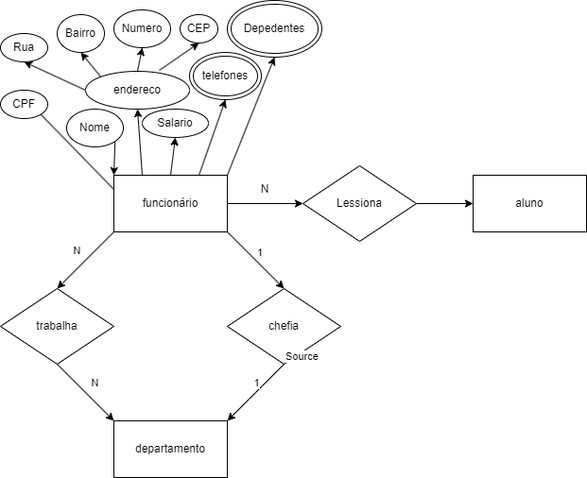
The draw.io diagram Senac.png in MurilohfMota/Diagramas, before a commit. Source tidied: cells renumbered, new cells last; positions are measured from the earlier drawing's top-left corner, leaving out a move shared by most shapes.
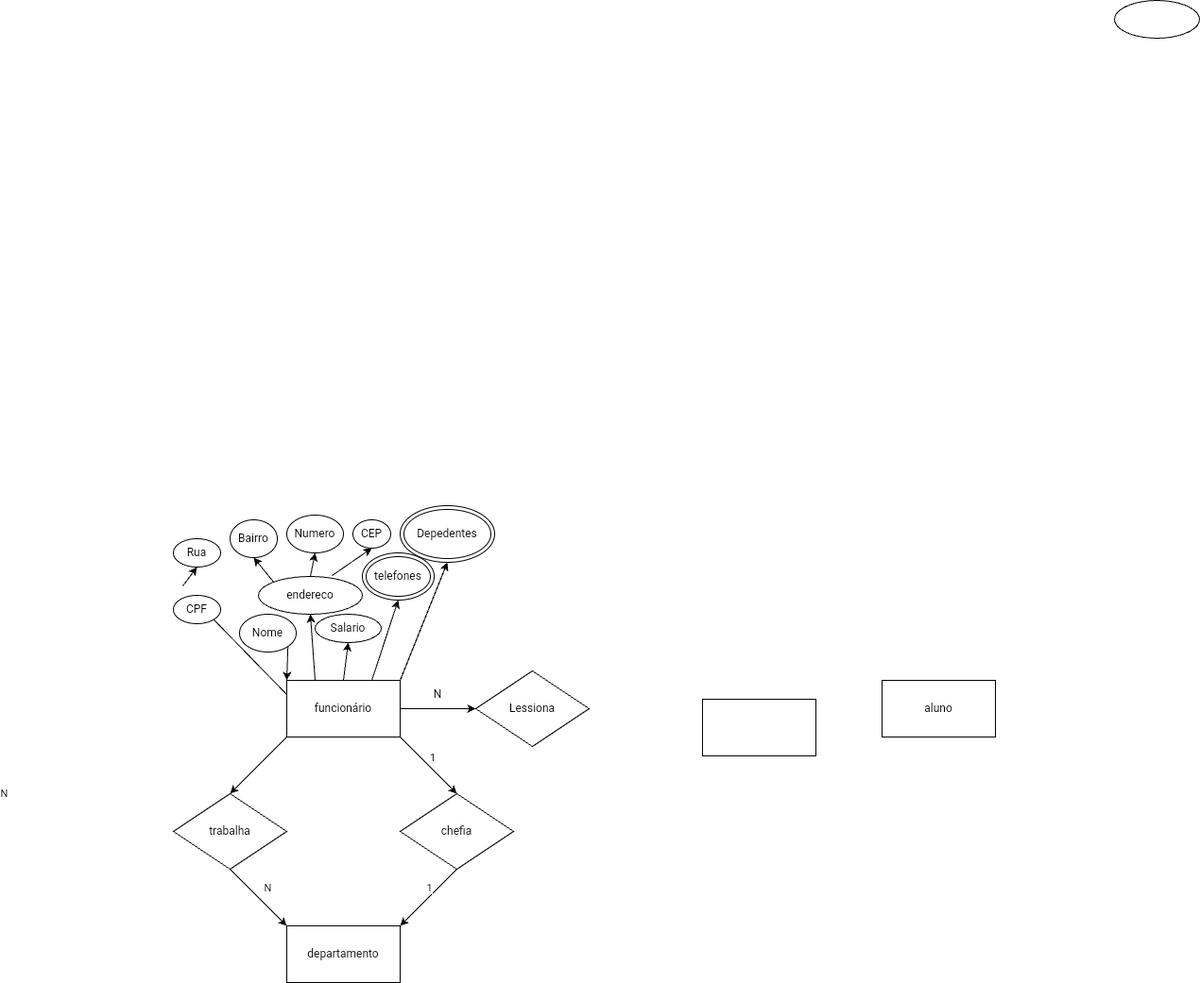
Later version of the same file.

Commit message:
tentei pelo cell

Diff of the diagram source:
```diff
@@ -21,7 +21,7 @@
       <mxGeometry x="120" y="185" width="120" height="60" as="geometry" />
     </mxCell>
     <mxCell id="8" value="aluno" style="rounded=0;whiteSpace=wrap;html=1;" parent="1" vertex="1">
-      <mxGeometry x="500" y="185" width="120" height="60" as="geometry" />
+      <mxGeometry x="750" y="185" width="120" height="60" as="geometry" />
     </mxCell>
     <mxCell id="9" value="departamento" style="rounded=0;whiteSpace=wrap;html=1;" parent="1" vertex="1">
       <mxGeometry x="120" y="445" width="120" height="60" as="geometry" />
@@ -50,9 +50,6 @@
         <mxPoint y="-10" as="offset" />
       </mxGeometry>
     </mxCell>
-    <mxCell id="15" value="Source" style="edgeLabel;html=1;align=left;verticalAlign=bottom;" parent="13" vertex="1">
-      <mxGeometry x="-1" relative="1" as="geometry" />
-    </mxCell>
     <mxCell id="16" value="trabalha" style="rhombus;whiteSpace=wrap;html=1;" parent="1" vertex="1">
       <mxGeometry y="305" width="120" height="80" as="geometry" />
     </mxCell>
@@ -61,7 +58,7 @@
     </mxCell>
     <mxCell id="18" value="N" style="edgeLabel;html=1;align=center;verticalAlign=middle;" parent="17" vertex="1">
       <mxGeometry relative="1" as="geometry">
-        <mxPoint x="-10" y="-10" as="offset" />
+        <mxPoint x="-270" y="30" as="offset" />
       </mxGeometry>
     </mxCell>
     <mxCell id="19" style="endArrow=classic;html=1;exitX=0.5;exitY=1;exitDx=0;exitDy=0;entryX=0;entryY=0;entryDx=0;entryDy=0;" parent="1" edge="1" source="16" target="9">
@@ -87,8 +84,10 @@
     <mxCell id="25" style="edgeStyle=none;html=1;exitX=0.709;exitY=-0.025;exitDx=0;exitDy=0;entryX=0.5;entryY=1;entryDx=0;entryDy=0;exitPerimeter=0;" parent="1" edge="1" source="29" target="30">
       <mxGeometry relative="1" as="geometry" />
     </mxCell>
-    <mxCell id="26" style="edgeStyle=none;html=1;exitX=0;exitY=0.5;exitDx=0;exitDy=0;entryX=0.5;entryY=1;entryDx=0;entryDy=0;" parent="1" edge="1" source="29" target="31">
-      <mxGeometry relative="1" as="geometry" />
+    <mxCell id="26" style="edgeStyle=none;html=1;entryX=0.5;entryY=1;entryDx=0;entryDy=0;" parent="1" edge="1" target="31">
+      <mxGeometry relative="1" as="geometry">
+        <mxPoint x="10" y="85" as="sourcePoint" />
+      </mxGeometry>
     </mxCell>
     <mxCell id="27" style="edgeStyle=none;html=1;exitX=0;exitY=0;exitDx=0;exitDy=0;entryX=0.5;entryY=1;entryDx=0;entryDy=0;" parent="1" edge="1" source="29" target="34">
       <mxGeometry relative="1" as="geometry" />
@@ -109,7 +108,7 @@
       <mxGeometry x="150" y="115" width="70" height="30" as="geometry" />
     </mxCell>
     <mxCell id="33" value="telefones" style="ellipse;shape=doubleEllipse;whiteSpace=wrap;html=1;shadow=0;sketch=0;" parent="1" vertex="1">
-      <mxGeometry x="200" y="55" width="76" height="50" as="geometry" />
+      <mxGeometry x="200" y="50" width="76" height="50" as="geometry" />
     </mxCell>
     <mxCell id="34" value="Bairro" style="ellipse;whiteSpace=wrap;html=1;shadow=0;sketch=0;" parent="1" vertex="1">
       <mxGeometry x="60" y="15" width="50" height="40" as="geometry" />
@@ -120,14 +119,17 @@
     <mxCell id="36" value="Depedentes" style="ellipse;shape=doubleEllipse;whiteSpace=wrap;html=1;shadow=0;sketch=0;" parent="1" vertex="1">
       <mxGeometry x="240" width="100" height="60" as="geometry" />
     </mxCell>
-    <mxCell id="37" style="edgeStyle=none;html=1;exitX=1;exitY=0.5;exitDx=0;exitDy=0;entryX=0;entryY=0.5;entryDx=0;entryDy=0;" parent="1" edge="1" source="38" target="8">
-      <mxGeometry relative="1" as="geometry" />
-    </mxCell>
     <mxCell id="38" value="Lessiona" style="rhombus;whiteSpace=wrap;html=1;shadow=0;sketch=0;" parent="1" vertex="1">
       <mxGeometry x="320" y="175" width="120" height="80" as="geometry" />
     </mxCell>
     <mxCell id="39" value="N" style="text;html=1;strokeColor=none;fillColor=none;align=center;verticalAlign=middle;whiteSpace=wrap;rounded=0;shadow=0;sketch=0;" parent="1" vertex="1">
       <mxGeometry x="270" y="195" width="20" height="10" as="geometry" />
     </mxCell>
+    <mxCell id="40" style="ellipse;whiteSpace=wrap;html=1;" parent="1" vertex="1">
+      <mxGeometry x="996" y="-535" width="90" height="40" as="geometry" />
+    </mxCell>
+    <mxCell id="41" style="rounded=0;whiteSpace=wrap;html=1;" parent="1" vertex="1">
+      <mxGeometry x="560" y="205" width="120" height="60" as="geometry" />
+    </mxCell>
   </root>
 </mxGraphModel>
```
